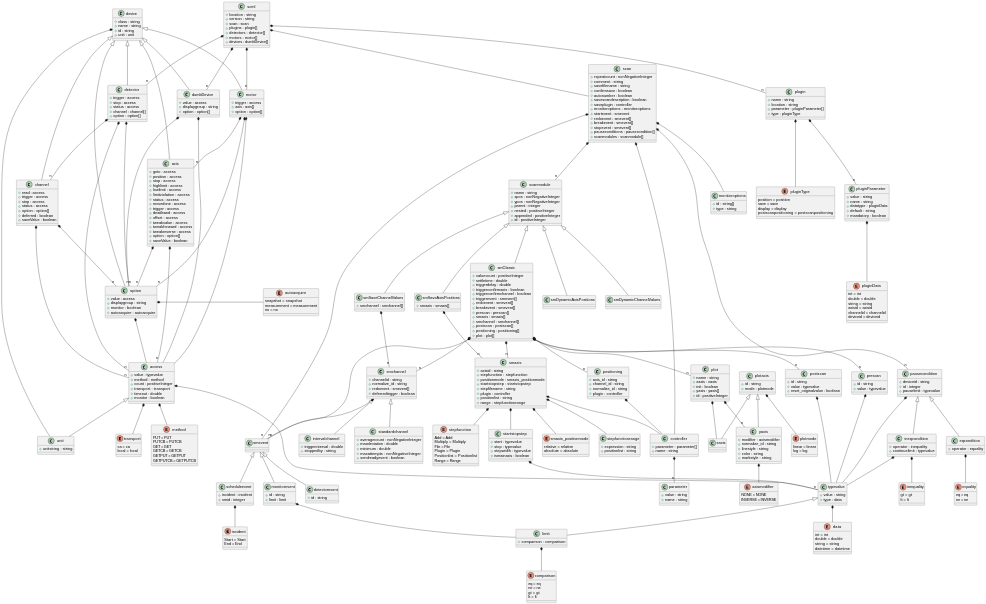
Before: docs/uml/scml-9.2-class-hierarchy.svg, a diagram exported from PlantUML (tillbiskup/evedata).
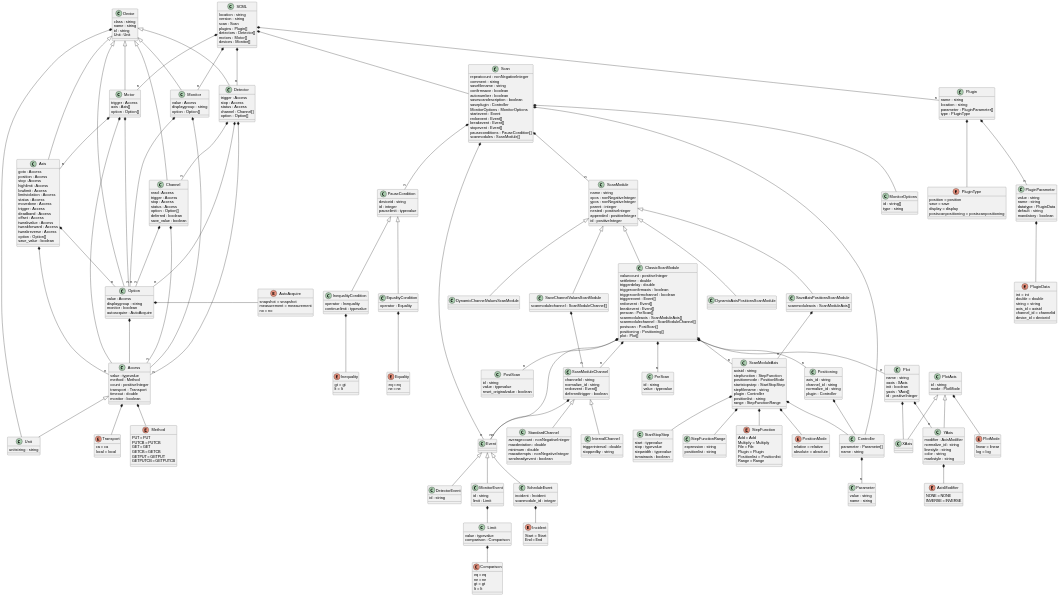
After the commit.

What changed in the source:
```diff
@@ -1,213 +1,204 @@
 @startuml
-class scml {
-    +location : string
-    +version : string
-    +scan : scan
-    +plugins : plugin[]
-    +detectors : detector[]
-    +motors : motor[]
-    +devices : dumbDevice[]
+class SCML {
+    location : string
+    version : string
+    scan : Scan
+    plugins : Plugin[]
+    detectors : Detector[]
+    motors : Motor[]
+    devices : Monitor[]
 }
-scml *-- scan
-scml *-- "n" plugin
-scml *-- "n" detector
-scml *-- "n" motor
-scml *-- "n" dumbDevice
+SCML *-- Scan
+SCML *-- "n" Plugin
+SCML *-- "n" Detector
+SCML *-- "n" Motor
+SCML *-- "n" Monitor
 
-class scan {
-    +repeatcount : nonNegativeInteger
-    +comment : string
-    +savefilename : string
-    +confirmsave : boolean
-    +autonumber : boolean
-    +savescandescription : boolean
-    +saveplugin : controller
-    +monitoroptions : monitoroptions
-    +startevent : smevent
-    +redoevent : smevent[]
-    +breakevent : smevent[]
-    +stopevent : smevent[]
-    +pauseconditions : pausecondition[]
-    +scanmodules : scanmodule[]
+class Scan {
+    repeatcount : nonNegativeInteger
+    comment : string
+    savefilename : string
+    confirmsave : boolean
+    autonumber : boolean
+    savescandescription : boolean
+    saveplugin : Controller
+    MonitorOptions : MonitorOptions
+    startevent : Event
+    redoevent : Event[]
+    breakevent : Event[]
+    stopevent : Event[]
+    pauseconditions : PauseCondition[]
+    scanmodules : ScanModule[]
 }
-scan *-- controller
-scan *-- "n" scanmodule
-scan *-- "n" pausecondition
-scan *-- "n" smevent
-scan *-- monitoroptions
+Scan *-- Controller
+Scan *-- "n" ScanModule
+Scan *-- "n" PauseCondition
+Scan *-- "n" Event
+Scan *-- MonitorOptions
 
-class device {
-    +class : string
-    +name : string
-    +id : string
-    +unit : unit
+class Device {
+    class : string
+    name : string
+    id : string
+    Unit : Unit
 }
-device <|-- detector
-device <|-- motor
-device <|-- dumbDevice
-device <|-- axis
-device <|-- channel
-device <|-- option
-device *-- unit
+Device <|-- Detector
+Device <|-- Motor
+Device <|-- Monitor
+Device <|-- Axis
+Device <|-- Channel
+Device <|-- Option
+Device *-- Unit
 
-class scanmodule {
-    +name : string
-    +xpos : nonNegativeInteger
-    +ypos : nonNegativeInteger
-    +parent : integer
-    +nested : positiveInteger
-    +appended : positiveInteger
-    +id : positiveInteger
+class ScanModule {
+    name : string
+    xpos : nonNegativeInteger
+    ypos : nonNegativeInteger
+    parent : integer
+    nested : positiveInteger
+    appended : positiveInteger
+    id : positiveInteger
 }
-scanmodule <|-- smClassic
-scanmodule <|-- smSaveAxisPositions
-scanmodule <|-- smSaveChannelValues
-scanmodule <|-- smDynamicAxisPositions
-scanmodule <|-- smDynamicChannelValues
+ScanModule <|-- ClassicScanModule
+ScanModule <|-- SaveAxisPositionsScanModule
+ScanModule <|-- SaveChannelValuesScanModule
+ScanModule <|-- DynamicAxisPositionsScanModule
+ScanModule <|-- DynamicChannelValuesScanModule
 
-class access {
-    +value : typevalue
-    +method : method
-    +count : positiveInteger
-    +transport : transport
-    +timeout : double
-    +monitor : boolean
+class Access {
+    value : typevalue
+    method : Method
+    count : positiveInteger
+    transport : Transport
+    timeout : double
+    monitor : boolean
 }
-access *-- typevalue
-access <|-- unit
-access *-- method
-access *-- transport
+Access <|-- Unit
+Access *-- Method
+Access *-- Transport
 
-enum autoacquire {
+enum AutoAcquire {
     snapshot = snapshot
     measurement = measurement
     no = no
 }
 
-class axis {
-    +goto : access
-    +position : access
-    +stop : access
-    +highlimit : access
-    +lowlimit : access
-    +limitviolation : access
-    +status : access
-    +movedone : access
-    +trigger : access
-    +deadband : access
-    +offset : access
-    +tweakvalue : access
-    +tweakforward : access
-    +tweakreverse : access
-    +option : option[]
-    +saveValue : boolean
+class Axis {
+    goto : Access
+    position : Access
+    stop : Access
+    highlimit : Access
+    lowlimit : Access
+    limitviolation : Access
+    status : Access
+    movedone : Access
+    trigger : Access
+    deadband : Access
+    offset : Access
+    tweakvalue : Access
+    tweakforward : Access
+    tweakreverse : Access
+    option : Option[]
+    save_value : boolean
 }
-axis *-- "n" access
-axis *-- "n" option
+Axis *-- "n" Access
+Axis *-- "n" Option
 
-enum axismodifier {
+enum AxisModifier {
     NONE = NONE
     INVERSE = INVERSE
 }
 
-class channel {
-    +read : access
-    +trigger : access
-    +stop : access
-    +status : access
-    +option : option[]
-    +deferred : boolean
-    +saveValue : boolean
+class Channel {
+    read : Access
+    trigger : Access
+    stop : Access
+    status : Access
+    option : Option[]
+    deferred : boolean
+    save_value : boolean
 }
-channel *-- "n" access
-channel *-- "n" option
+Channel *-- "n" Access
+Channel *-- "n" Option
 
-enum comparison {
+enum Comparison {
     eq = eq
     ne = ne
     gt = gt
     lt = lt
 }
 
-class controller {
-    +parameter : parameter[]
-    +name : string
+class Controller {
+    parameter : Parameter[]
+    name : string
 }
-controller *-- "n" parameter
+Controller *-- "n" Parameter
 
-enum data {
-    int = int
-    double = double
-    string = string
-    datetime = datetime
+class Detector {
+    trigger : Access
+    stop : Access
+    status : Access
+    channel : Channel[]
+    option : Option[]
 }
+Detector *-- "n" Access
+Detector *-- "n" Channel
+Detector *-- "n" Option
 
-class detector {
-    +trigger : access
-    +stop : access
-    +status : access
-    +channel : channel[]
-    +option : option[]
+class Monitor {
+    value : Access
+    displaygroup : string
+    option : Option[]
 }
-detector *-- "n" access
-detector *-- "n" channel
-detector *-- "n" option
+Monitor *-- Access
+Monitor *-- "n" Option
 
-class dumbDevice {
-    +value : access
-    +displaygroup : string
-    +option : option[]
+class PauseCondition {
+    deviceid : string
+    id : integer
+    pauselimit : typevalue
 }
-dumbDevice *-- access
-dumbDevice *-- "n" option
+PauseCondition <|-- EqualityCondition
+PauseCondition <|-- InequalityCondition
 
-class pausecondition {
-    +deviceid : string
-    +id : integer
-    +pauselimit : typevalue
+class EqualityCondition {
+    operator : Equality
 }
-pausecondition <|-- eqcondition
-pausecondition <|-- ineqcondition
-pausecondition *-- typevalue
+EqualityCondition *-- Equality
 
-class eqcondition {
-    +operator : equality
-}
-eqcondition *-- equality
-
-enum equality {
+enum Equality {
     eq = eq
     ne = ne
 }
 
-enum incident {
+enum Incident {
     Start = Start
     End = End
 }
 
-class ineqcondition {
-    +operator : inequality
-    +continuelimit : typevalue
+class InequalityCondition {
+    operator : Inequality
+    continuelimit : typevalue
 }
-ineqcondition *-- inequality
-ineqcondition *-- typevalue
+InequalityCondition *-- Inequality
 
-enum inequality {
+enum Inequality {
     gt = gt
     lt = lt
 }
 
-class intervalchannel {
-    +triggerinterval : double
-    +stoppedby : string
+class IntervalChannel {
+    triggerinterval : double
+    stoppedby : string
 }
 
-class limit {
-    +comparison : comparison
+class Limit {
+    value : typevalue
+    comparison : Comparison
 }
-limit *-- comparison
+Limit *-- Comparison
 
-enum method {
+enum Method {
     PUT = PUT
     PUTCB = PUTCB
     GET = GET
@@ -216,241 +207,238 @@
     GETPUTCB = GETPUTCB
 }
 
-class monitoroptions {
-    +id : string[]
-    +type : string
+class MonitorOptions {
+    id : string[]
+    type : string
 }
 
-class motor {
-    +trigger : access
-    +axis : axis[]
-    +option : option[]
+class Motor {
+    trigger : Access
+    axis : Axis[]
+    option : Option[]
 }
-motor *-- access
-motor *-- "n" axis
-motor *-- "n" option
+Motor *-- Access
+Motor *-- "n" Axis
+Motor *-- "n" Option
 
-class option {
-    +value : access
-    +displaygroup : string
-    +monitor : boolean
-    +autoacquire : autoacquire
+class Option {
+    value : Access
+    displaygroup : string
+    monitor : boolean
+    autoacquire : AutoAcquire
 }
-option *-- access
-option *- autoacquire
+Option *-- Access
+Option *- AutoAcquire
 
-class parameter {
-    +value : string
-    +name : string
+class Parameter {
+    value : string
+    name : string
 }
 
-class plot {
-    +name : string
-    +xaxis : xaxis
-    +init : boolean
-    +yaxis : yaxis[]
-    +id : positiveInteger
+class Plot {
+    name : string
+    xaxis : XAxis
+    init : boolean
+    yaxis : YAxis[]
+    id : positiveInteger
 }
-plot *-- xaxis
-plot *-- "n" yaxis
+Plot *-- XAxis
+Plot *-- "n" YAxis
 
-class plotaxis {
-    +id : string
-    +mode : plotmode
+class PlotAxis {
+    id : string
+    mode : PlotMode
 }
-plotaxis <|-- xaxis
-plotaxis <|-- yaxis
-plotaxis *-- plotmode
+PlotAxis <|-- XAxis
+PlotAxis <|-- YAxis
+PlotAxis *-- PlotMode
 
-class xaxis {
+class XAxis {
 }
 
-class yaxis {
-    +modifier : axismodifier
-    +normalize_id : string
-    +linestyle : string
-    +color : string
-    +markstyle : string
+class YAxis {
+    modifier : AxisModifier
+    normalize_id : string
+    linestyle : string
+    color : string
+    markstyle : string
 }
-yaxis *-- axismodifier
+YAxis *-- AxisModifier
 
-enum plotmode {
+enum PlotMode {
     linear = linear
     log = log
 }
 
 together {
-    class plugin
-    class pluginParameter
-    class pluginData
-    class pluginType
+    class Plugin
+    class PluginParameter
+    class PluginData
+    class PluginType
 }
 
-class plugin {
-    +name : string
-    +location : string
-    +parameter : pluginParameter[]
-    +type : pluginType
+class Plugin {
+    name : string
+    location : string
+    parameter : PluginParameter[]
+    type : PluginType
 }
-plugin *-- "n" pluginParameter
-plugin *-- pluginType
+Plugin *-- "n" PluginParameter
+Plugin *-- PluginType
 
-enum pluginType {
+enum PluginType {
     position = position
     save = save
     display = display
     postscanpositioning = postscanpositioning
 }
 
-enum pluginData {
+enum PluginData {
     int = int
     double = double
     string = string
-    axisid = axisid
-    channelid = channelid
-    deviceid = deviceid
+    axis_id = axisid
+    channel_id = channelid
+    device_id = deviceid
 }
 
-class pluginParameter {
-    +value : string
-    +name : string
-    +datatype : pluginData
-    +default : string
-    +mandatory : boolean
+class PluginParameter {
+    value : string
+    name : string
+    datatype : PluginData
+    default : string
+    mandatory : boolean
 }
-pluginParameter *-- pluginData
+PluginParameter *-- PluginData
 
-class positioning {
-    +axis_id : string
-    +channel_id : string
-    +normalize_id : string
-    +plugin : controller
+class Positioning {
+    axis_id : string
+    channel_id : string
+    normalize_id : string
+    plugin : Controller
 }
-positioning *-- controller
+Positioning *-- Controller
 
-class smClassic {
-    +valuecount : positiveInteger
-    +settletime : double
-    +triggerdelay : double
-    +triggerconfirmaxis : boolean
-    +triggerconfirmchannel : boolean
-    +triggerevent : smevent[]
-    +redoevent : smevent[]
-    +breakevent : smevent[]
-    +prescan : prescan[]
-    +smaxis : smaxis[]
-    +smchannel : smchannel[]
-    +postscan : postscan[]
-    +positioning : positioning[]
-    +plot : plot[]
+class ClassicScanModule {
+    valuecount : positiveInteger
+    settletime : double
+    triggerdelay : double
+    triggerconfirmaxis : boolean
+    triggerconfirmchannel : boolean
+    triggerevent : Event[]
+    redoevent : Event[]
+    breakevent : Event[]
+    prescan : PreScan[]
+    scanmoduleaxis : ScanModuleAxis[]
+    scanmodulechannel : ScanModuleChannel[]
+    postscan : PostScan[]
+    positioning : Positioning[]
+    plot : Plot[]
 }
-smClassic *-- "n" smevent
-smClassic *-- "n" prescan
-smClassic *-- "n" smaxis
-smClassic *-- "n" smchannel
-smClassic *-- "n" postscan
-smClassic *-- "n" positioning
-smClassic *-- "n" plot
+ClassicScanModule *-- "n" Event
+ClassicScanModule *-- "n" PreScan
+ClassicScanModule *-- "n" ScanModuleAxis
+ClassicScanModule *-- "n" ScanModuleChannel
+ClassicScanModule *-- "n" PostScan
+ClassicScanModule *-- "n" Positioning
+ClassicScanModule *-- "n" Plot
 
-class prescan {
-    +id : string
-    +value : typevalue
-}
-prescan *-- typevalue
-
-class postscan {
-    +id : string
-    +value : typevalue
-    +reset_originalvalue : boolean
-}
-postscan *-- typevalue
-
-class smDynamicAxisPositions {
+class PreScan {
+    id : string
+    value : typevalue
 }
 
-class smDynamicChannelValues {
+class PostScan {
+    id : string
+    value : typevalue
+    reset_originalvalue : boolean
 }
 
-class smSaveAxisPositions {
-    +smaxis : smaxis[]
+class DynamicAxisPositionsScanModule {
 }
-smSaveAxisPositions *-- "n" smaxis
 
-class smSaveChannelValues {
-    +smchannel : smchannel[]
+class DynamicChannelValuesScanModule {
 }
-smSaveChannelValues *-- "n" smchannel
 
-class smaxis {
-    +axisid : string
-    +stepfunction : stepfunction
-    +positionmode : smaxis_positionmode
-    +startstopstep : startstopstep
-    +stepfilename : string
-    +plugin : controller
-    +positionlist : string
-    +range : stepfunctionrange
+class SaveAxisPositionsScanModule {
+    scanmoduleaxis : ScanModuleAxis[]
 }
-smaxis *-- stepfunction
-smaxis *-- smaxis_positionmode
-smaxis *-- startstopstep
-smaxis *-- controller
-smaxis *-- stepfunctionrange
+SaveAxisPositionsScanModule *-- "n" ScanModuleAxis
 
-enum smaxis_positionmode {
+class SaveChannelValuesScanModule {
+    scanmodulechannel : ScanModuleChannel[]
+}
+SaveChannelValuesScanModule *-- "n" ScanModuleChannel
+
+class ScanModuleAxis {
+    axisid : string
+    stepfunction : StepFunction
+    positionmode : PositionMode
+    startstopstep : StartStopStep
+    stepfilename : string
+    plugin : Controller
+    positionlist : string
+    range : StepFunctionRange
+}
+ScanModuleAxis *-- StepFunction
+ScanModuleAxis *-- PositionMode
+ScanModuleAxis *-- StartStopStep
+ScanModuleAxis *-- Controller
+ScanModuleAxis *-- StepFunctionRange
+
+enum PositionMode {
     relative = relative
     absolute = absolute
 }
 
-class smchannel {
-    +channelid : string
-    +normalize_id : string
-    +redoevent : smevent[]
-    +deferredtrigger : boolean
+class ScanModuleChannel {
+    channelid : string
+    normalize_id : string
+    redoevent : Event[]
+    deferredtrigger : boolean
 }
-smchannel <|-- standardchannel
-smchannel <|-- intervalchannel
-smchannel *-- "n" smevent
+ScanModuleChannel <|-- StandardChannel
+ScanModuleChannel <|-- IntervalChannel
+ScanModuleChannel *-- "n" Event
 
-class smevent {
+class Event {
 }
-smevent <|-- detectorevent
-smevent <|-- monitorevent
-smevent <|-- scheduleevent
+Event <|-- DetectorEvent
+Event <|-- MonitorEvent
+Event <|-- ScheduleEvent
 
-class detectorevent {
-    +id : string
+class DetectorEvent {
+    id : string
 }
 
-class monitorevent {
-    +id : string
-    +limit : limit
+class MonitorEvent {
+    id : string
+    limit : Limit
 }
-monitorevent *-- limit
+MonitorEvent *-- Limit
 
-class scheduleevent {
-    +incident : incident
-    +smid : integer
+class ScheduleEvent {
+    incident : Incident
+    scanmodule_id : integer
 }
-scheduleevent *-- incident
+ScheduleEvent *-- Incident
 
-class standardchannel {
-    +averagecount : nonNegativeInteger
-    +maxdeviation : double
-    +minimum : double
-    +maxattempts : nonNegativeInteger
-    +sendreadyevent : boolean
+class StandardChannel {
+    averagecount : nonNegativeInteger
+    maxdeviation : double
+    minimum : double
+    maxattempts : nonNegativeInteger
+    sendreadyevent : boolean
 }
 
-class startstopstep {
-    +start : typevalue
-    +stop : typevalue
-    +stepwidth : typevalue
-    +ismainaxis : boolean
+class StartStopStep {
+    start : typevalue
+    stop : typevalue
+    stepwidth : typevalue
+    ismainaxis : boolean
 }
-startstopstep *-- "n" typevalue
 
-enum stepfunction {
+enum StepFunction {
     Add = Add
     Multiply = Multiply
     File = File
@@ -459,24 +447,17 @@
     Range = Range
 }
 
-class stepfunctionrange {
-    +expression : string
-    +positionlist : string
+class StepFunctionRange {
+    expression : string
+    positionlist : string
 }
 
-enum transport {
+enum Transport {
     ca = ca
     local = local
 }
 
-class typevalue {
-    +value : string
-    +type : data
-}
-typevalue *-- data
-typevalue <|-- limit
-
-class unit {
-    +unitstring : string
+class Unit {
+    unitstring : string
 }
 @enduml
```
